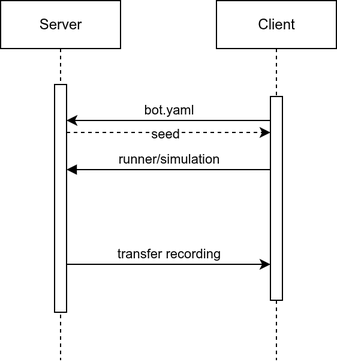
Above: content/2026-05-08-live-sparring-mit-botproxy/sequence.drawio.png in dlp/hidden-gems-blog (draw.io), before the change. Source tidied: cells renumbered, new cells last; positions are measured from the earlier drawing's top-left corner, leaving out a move shared by most shapes. Source of this version:
```xml
<mxGraphModel>
  <root>
    <mxCell id="0" />
    <mxCell id="1" parent="0" />
    <mxCell id="2" value="Server" style="shape=umlLifeline;perimeter=lifelinePerimeter;whiteSpace=wrap;html=1;newEdgeStyle={&quot;edgeStyle&quot;:&quot;elbowEdgeStyle&quot;,&quot;elbow&quot;:&quot;vertical&quot;,&quot;curved&quot;:0,&quot;rounded&quot;:0};" parent="1" vertex="1">
      <mxGeometry width="100" height="300" as="geometry" />
    </mxCell>
    <mxCell id="3" style="html=1;points=[];perimeter=orthogonalPerimeter;outlineConnect=0;targetShapes=umlLifeline;portConstraint=eastwest;newEdgeStyle={&quot;edgeStyle&quot;:&quot;elbowEdgeStyle&quot;,&quot;elbow&quot;:&quot;vertical&quot;,&quot;curved&quot;:0,&quot;rounded&quot;:0};" parent="2" vertex="1">
      <mxGeometry x="45" y="70" width="10" height="190" as="geometry" />
    </mxCell>
    <mxCell id="4" value="Client" style="shape=umlLifeline;perimeter=lifelinePerimeter;whiteSpace=wrap;html=1;newEdgeStyle={&quot;edgeStyle&quot;:&quot;elbowEdgeStyle&quot;,&quot;elbow&quot;:&quot;vertical&quot;,&quot;curved&quot;:0,&quot;rounded&quot;:0};" parent="1" vertex="1">
      <mxGeometry x="180" width="100" height="300" as="geometry" />
    </mxCell>
    <mxCell id="5" style="html=1;points=[];perimeter=orthogonalPerimeter;outlineConnect=0;targetShapes=umlLifeline;portConstraint=eastwest;newEdgeStyle={&quot;edgeStyle&quot;:&quot;elbowEdgeStyle&quot;,&quot;elbow&quot;:&quot;vertical&quot;,&quot;curved&quot;:0,&quot;rounded&quot;:0};" parent="4" vertex="1">
      <mxGeometry x="45" y="80" width="10" height="170" as="geometry" />
    </mxCell>
    <mxCell id="6" value="bot.yaml" style="html=1;verticalAlign=bottom;endArrow=none;edgeStyle=elbowEdgeStyle;elbow=vertical;curved=0;rounded=0;startArrow=classic;startFill=1;endFill=0;" parent="1" edge="1">
      <mxGeometry relative="1" as="geometry">
        <mxPoint x="55" y="100" as="sourcePoint" />
        <mxPoint x="225" y="100" as="targetPoint" />
        <Array as="points">
          <mxPoint x="140" y="100" />
        </Array>
      </mxGeometry>
    </mxCell>
    <mxCell id="7" value="runner/simulation" style="html=1;verticalAlign=bottom;endArrow=block;edgeStyle=elbowEdgeStyle;elbow=vertical;curved=0;rounded=0;" parent="1" edge="1">
      <mxGeometry relative="1" as="geometry">
        <mxPoint x="225" y="141" as="sourcePoint" />
        <mxPoint x="55" y="141" as="targetPoint" />
        <Array as="points">
          <mxPoint x="160" y="141" />
        </Array>
      </mxGeometry>
    </mxCell>
    <mxCell id="8" value="seed" style="html=1;verticalAlign=bottom;endArrow=classic;dashed=1;endSize=6;edgeStyle=elbowEdgeStyle;elbow=vertical;curved=0;rounded=0;startArrow=none;startFill=0;endFill=1;" parent="1" edge="1">
      <mxGeometry x="-0.03" y="-10" relative="1" as="geometry">
        <mxPoint x="55" y="110" as="sourcePoint" />
        <mxPoint x="225" y="110" as="targetPoint" />
        <Array as="points">
          <mxPoint x="140" y="110" />
        </Array>
      </mxGeometry>
    </mxCell>
    <mxCell id="9" value="transfer recording" style="html=1;verticalAlign=bottom;endArrow=none;edgeStyle=elbowEdgeStyle;elbow=vertical;curved=0;rounded=0;startArrow=classic;startFill=1;endFill=0;" parent="1" edge="1" source="5" target="3">
      <mxGeometry relative="1" as="geometry">
        <Array as="points">
          <mxPoint x="165" y="220" />
        </Array>
      </mxGeometry>
    </mxCell>
  </root>
</mxGraphModel>
```
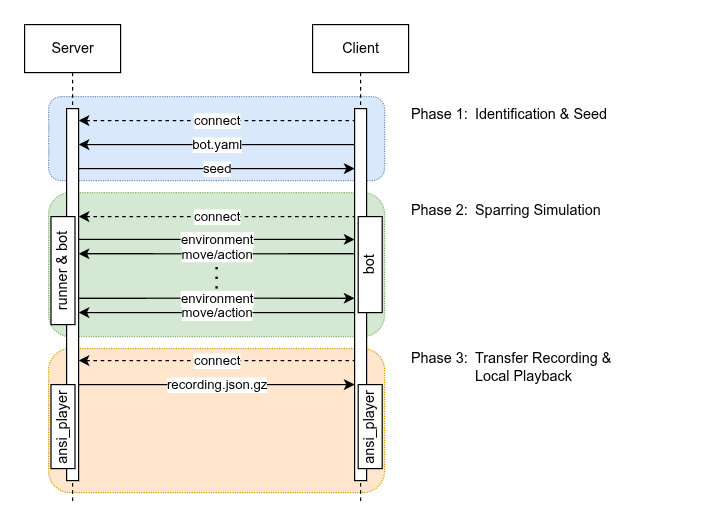
The same diagram one commit later.

Diff of the diagram source:
```diff
@@ -2,51 +2,133 @@
   <root>
     <mxCell id="0" />
     <mxCell id="1" parent="0" />
+    <mxCell id="10" style="rounded=1;whiteSpace=wrap;html=1;fillColor=#dae8fc;dashed=1;dashPattern=1 1;glass=0;strokeColor=#6c8ebf;perimeterSpacing=0;" parent="1" vertex="1">
+      <mxGeometry x="80" y="80" width="280" height="70" as="geometry" />
+    </mxCell>
+    <mxCell id="11" style="rounded=1;whiteSpace=wrap;html=1;fillColor=#d5e8d4;dashed=1;dashPattern=1 1;glass=0;strokeColor=#82b366;perimeterSpacing=0;" parent="1" vertex="1">
+      <mxGeometry x="80" y="160" width="280" height="120" as="geometry" />
+    </mxCell>
+    <mxCell id="12" style="rounded=1;whiteSpace=wrap;html=1;fillColor=#ffe6cc;dashed=1;dashPattern=1 1;glass=0;strokeColor=#d79b00;perimeterSpacing=0;" parent="1" vertex="1">
+      <mxGeometry x="80" y="290" width="280" height="120" as="geometry" />
+    </mxCell>
     <mxCell id="2" value="Server" style="shape=umlLifeline;perimeter=lifelinePerimeter;whiteSpace=wrap;html=1;newEdgeStyle={&quot;edgeStyle&quot;:&quot;elbowEdgeStyle&quot;,&quot;elbow&quot;:&quot;vertical&quot;,&quot;curved&quot;:0,&quot;rounded&quot;:0};" parent="1" vertex="1">
-      <mxGeometry width="100" height="300" as="geometry" />
+      <mxGeometry x="60" y="20" width="80" height="400" as="geometry" />
     </mxCell>
     <mxCell id="3" style="html=1;points=[];perimeter=orthogonalPerimeter;outlineConnect=0;targetShapes=umlLifeline;portConstraint=eastwest;newEdgeStyle={&quot;edgeStyle&quot;:&quot;elbowEdgeStyle&quot;,&quot;elbow&quot;:&quot;vertical&quot;,&quot;curved&quot;:0,&quot;rounded&quot;:0};" parent="2" vertex="1">
-      <mxGeometry x="45" y="70" width="10" height="190" as="geometry" />
+      <mxGeometry x="35" y="70" width="10" height="310" as="geometry" />
     </mxCell>
+    <mxCell id="6" value="connect" style="html=1;verticalAlign=middle;endArrow=none;edgeStyle=elbowEdgeStyle;elbow=vertical;curved=0;rounded=0;startArrow=classic;startFill=1;endFill=0;dashed=1;labelBackgroundColor=default;" parent="1" edge="1" source="3" target="13">
+      <mxGeometry relative="1" as="geometry">
+        <Array as="points">
+          <mxPoint x="215" y="100" />
+        </Array>
+      </mxGeometry>
+    </mxCell>
+    <mxCell id="9" value="recording.json.gz" style="html=1;verticalAlign=middle;endArrow=none;edgeStyle=elbowEdgeStyle;elbow=vertical;curved=0;rounded=0;startArrow=classic;startFill=1;endFill=0;" parent="1" edge="1" source="13" target="3">
+      <mxGeometry relative="1" as="geometry">
+        <Array as="points">
+          <mxPoint x="180.2" y="320" />
+        </Array>
+      </mxGeometry>
+    </mxCell>
     <mxCell id="4" value="Client" style="shape=umlLifeline;perimeter=lifelinePerimeter;whiteSpace=wrap;html=1;newEdgeStyle={&quot;edgeStyle&quot;:&quot;elbowEdgeStyle&quot;,&quot;elbow&quot;:&quot;vertical&quot;,&quot;curved&quot;:0,&quot;rounded&quot;:0};" parent="1" vertex="1">
-      <mxGeometry x="180" width="100" height="300" as="geometry" />
+      <mxGeometry x="300" y="20" width="80" height="400" as="geometry" />
     </mxCell>
-    <mxCell id="5" style="html=1;points=[];perimeter=orthogonalPerimeter;outlineConnect=0;targetShapes=umlLifeline;portConstraint=eastwest;newEdgeStyle={&quot;edgeStyle&quot;:&quot;elbowEdgeStyle&quot;,&quot;elbow&quot;:&quot;vertical&quot;,&quot;curved&quot;:0,&quot;rounded&quot;:0};" parent="4" vertex="1">
-      <mxGeometry x="45" y="80" width="10" height="170" as="geometry" />
-    </mxCell>
-    <mxCell id="6" value="bot.yaml" style="html=1;verticalAlign=bottom;endArrow=none;edgeStyle=elbowEdgeStyle;elbow=vertical;curved=0;rounded=0;startArrow=classic;startFill=1;endFill=0;" parent="1" edge="1">
-      <mxGeometry relative="1" as="geometry">
-        <mxPoint x="55" y="100" as="sourcePoint" />
-        <mxPoint x="225" y="100" as="targetPoint" />
-        <Array as="points">
-          <mxPoint x="140" y="100" />
-        </Array>
-      </mxGeometry>
-    </mxCell>
-    <mxCell id="7" value="runner/simulation" style="html=1;verticalAlign=bottom;endArrow=block;edgeStyle=elbowEdgeStyle;elbow=vertical;curved=0;rounded=0;" parent="1" edge="1">
-      <mxGeometry relative="1" as="geometry">
-        <mxPoint x="225" y="141" as="sourcePoint" />
-        <mxPoint x="55" y="141" as="targetPoint" />
-        <Array as="points">
-          <mxPoint x="160" y="141" />
-        </Array>
-      </mxGeometry>
-    </mxCell>
+    <mxCell id="13" style="html=1;points=[];perimeter=orthogonalPerimeter;outlineConnect=0;targetShapes=umlLifeline;portConstraint=eastwest;newEdgeStyle={&quot;edgeStyle&quot;:&quot;elbowEdgeStyle&quot;,&quot;elbow&quot;:&quot;vertical&quot;,&quot;curved&quot;:0,&quot;rounded&quot;:0};" parent="4" vertex="1">
+      <mxGeometry x="35" y="70" width="10" height="310" as="geometry" />
+    </mxCell>
+    <mxCell id="14" value="bot.yaml" style="html=1;verticalAlign=middle;endArrow=classic;edgeStyle=elbowEdgeStyle;elbow=vertical;curved=0;rounded=0;startArrow=none;startFill=0;endFill=1;" parent="1" edge="1" source="13" target="3">
+      <mxGeometry relative="1" as="geometry">
+        <Array as="points">
+          <mxPoint x="175" y="120" />
+        </Array>
+      </mxGeometry>
+    </mxCell>
-    <mxCell id="8" value="seed" style="html=1;verticalAlign=bottom;endArrow=classic;dashed=1;endSize=6;edgeStyle=elbowEdgeStyle;elbow=vertical;curved=0;rounded=0;startArrow=none;startFill=0;endFill=1;" parent="1" edge="1">
-      <mxGeometry x="-0.03" y="-10" relative="1" as="geometry">
-        <mxPoint x="55" y="110" as="sourcePoint" />
-        <mxPoint x="225" y="110" as="targetPoint" />
+    <mxCell id="8" value="seed" style="html=1;verticalAlign=middle;endArrow=none;edgeStyle=elbowEdgeStyle;elbow=vertical;curved=0;rounded=0;startArrow=classic;startFill=1;endFill=0;" parent="1" edge="1">
+      <mxGeometry relative="1" as="geometry">
+        <mxPoint x="335" y="140" as="sourcePoint" />
+        <mxPoint x="105" y="140" as="targetPoint" />
         <Array as="points">
-          <mxPoint x="140" y="110" />
+          <mxPoint x="180" y="140" />
         </Array>
       </mxGeometry>
     </mxCell>
-    <mxCell id="9" value="transfer recording" style="html=1;verticalAlign=bottom;endArrow=none;edgeStyle=elbowEdgeStyle;elbow=vertical;curved=0;rounded=0;startArrow=classic;startFill=1;endFill=0;" parent="1" edge="1" source="5" target="3">
-      <mxGeometry relative="1" as="geometry">
-        <Array as="points">
-          <mxPoint x="165" y="220" />
-        </Array>
-      </mxGeometry>
-    </mxCell>
+    <mxCell id="15" value="connect" style="html=1;verticalAlign=middle;endArrow=none;edgeStyle=elbowEdgeStyle;elbow=vertical;curved=0;rounded=0;startArrow=classic;startFill=1;endFill=0;dashed=1;" parent="1" edge="1" source="3" target="13">
+      <mxGeometry relative="1" as="geometry">
+        <Array as="points">
+          <mxPoint x="210" y="180" />
+        </Array>
+      </mxGeometry>
+    </mxCell>
+    <mxCell id="16" value="environment" style="html=1;verticalAlign=middle;endArrow=none;edgeStyle=elbowEdgeStyle;elbow=vertical;curved=0;rounded=0;startArrow=classic;startFill=1;endFill=0;" parent="1" edge="1">
+      <mxGeometry relative="1" as="geometry">
+        <mxPoint x="335" y="199" as="sourcePoint" />
+        <mxPoint x="105" y="199" as="targetPoint" />
+        <Array as="points">
+          <mxPoint x="175" y="199" />
+        </Array>
+      </mxGeometry>
+    </mxCell>
+    <mxCell id="17" value="move/action" style="html=1;verticalAlign=middle;endArrow=classic;edgeStyle=elbowEdgeStyle;elbow=vertical;curved=0;rounded=0;startArrow=none;startFill=0;endFill=1;" parent="1" edge="1">
+      <mxGeometry relative="1" as="geometry">
+        <mxPoint x="335" y="211" as="sourcePoint" />
+        <mxPoint x="105" y="211" as="targetPoint" />
+        <Array as="points">
+          <mxPoint x="180" y="211" />
+        </Array>
+      </mxGeometry>
+    </mxCell>
+    <mxCell id="18" value="environment" style="html=1;verticalAlign=middle;endArrow=none;edgeStyle=elbowEdgeStyle;elbow=vertical;curved=0;rounded=0;startArrow=classic;startFill=1;endFill=0;" parent="1" edge="1">
+      <mxGeometry relative="1" as="geometry">
+        <mxPoint x="335" y="248" as="sourcePoint" />
+        <mxPoint x="105" y="248" as="targetPoint" />
+        <Array as="points">
+          <mxPoint x="175" y="248" />
+        </Array>
+      </mxGeometry>
+    </mxCell>
+    <mxCell id="19" value="move/action" style="html=1;verticalAlign=middle;endArrow=classic;edgeStyle=elbowEdgeStyle;elbow=vertical;curved=0;rounded=0;startArrow=none;startFill=0;endFill=1;" parent="1" edge="1">
+      <mxGeometry relative="1" as="geometry">
+        <mxPoint x="335" y="260" as="sourcePoint" />
+        <mxPoint x="105" y="260" as="targetPoint" />
+        <Array as="points">
+          <mxPoint x="180" y="260" />
+        </Array>
+      </mxGeometry>
+    </mxCell>
+    <mxCell id="20" style="endArrow=none;dashed=1;html=1;dashPattern=1 3;strokeWidth=2;rounded=0;" parent="1" edge="1">
+      <mxGeometry relative="1" as="geometry">
+        <mxPoint x="220" y="240" as="sourcePoint" />
+        <mxPoint x="220" y="220" as="targetPoint" />
+      </mxGeometry>
+    </mxCell>
+    <mxCell id="21" value="connect" style="html=1;verticalAlign=middle;endArrow=none;edgeStyle=elbowEdgeStyle;elbow=vertical;curved=0;rounded=0;startArrow=classic;startFill=1;endFill=0;dashed=1;" parent="1" edge="1" source="3" target="13">
+      <mxGeometry relative="1" as="geometry">
+        <Array as="points">
+          <mxPoint x="205" y="300" />
+        </Array>
+      </mxGeometry>
+    </mxCell>
+    <mxCell id="22" value="ansi_player" style="rounded=0;whiteSpace=wrap;html=1;textDirection=vertical-lr;rotation=-180;" parent="1" vertex="1">
+      <mxGeometry x="82" y="320" width="20" height="70" as="geometry" />
+    </mxCell>
+    <mxCell id="23" value="ansi_player" style="rounded=0;whiteSpace=wrap;html=1;textDirection=vertical-lr;rotation=-180;" parent="1" vertex="1">
+      <mxGeometry x="338" y="320" width="20" height="70" as="geometry" />
+    </mxCell>
+    <mxCell id="24" value="Phase 1:&lt;span style=&quot;white-space: pre;&quot;&gt;&#9;&lt;/span&gt;Identification &amp;amp; Seed" style="text;html=1;align=left;verticalAlign=middle;whiteSpace=wrap;rounded=0;" parent="1" vertex="1">
+      <mxGeometry x="380" y="80" width="240" height="30" as="geometry" />
+    </mxCell>
+    <mxCell id="25" value="Phase 2:&lt;span style=&quot;white-space: pre;&quot;&gt;&#9;&lt;/span&gt;Sparring Simulation" style="text;html=1;align=left;verticalAlign=middle;whiteSpace=wrap;rounded=0;" parent="1" vertex="1">
+      <mxGeometry x="380" y="160" width="240" height="30" as="geometry" />
+    </mxCell>
+    <mxCell id="26" value="Phase 3:&lt;span style=&quot;white-space: pre;&quot;&gt;&#9;&lt;/span&gt;Transfer Recording &amp;amp;&lt;br&gt;&lt;span style=&quot;white-space: pre;&quot;&gt;&#9;&lt;/span&gt;&lt;span style=&quot;white-space: pre;&quot;&gt;&#9;&lt;/span&gt;Local Playback" style="text;html=1;align=left;verticalAlign=middle;whiteSpace=wrap;rounded=0;" parent="1" vertex="1">
+      <mxGeometry x="380" y="290" width="240" height="30" as="geometry" />
+    </mxCell>
+    <mxCell id="27" value="runner &amp;amp; bot" style="rounded=0;whiteSpace=wrap;html=1;textDirection=vertical-lr;rotation=-180;" parent="1" vertex="1">
+      <mxGeometry x="82" y="180" width="20" height="90" as="geometry" />
+    </mxCell>
+    <mxCell id="28" value="bot" style="rounded=0;whiteSpace=wrap;html=1;textDirection=vertical-lr;rotation=-180;" parent="1" vertex="1">
+      <mxGeometry x="338" y="180" width="20" height="80" as="geometry" />
+    </mxCell>
   </root>
 </mxGraphModel>
```
